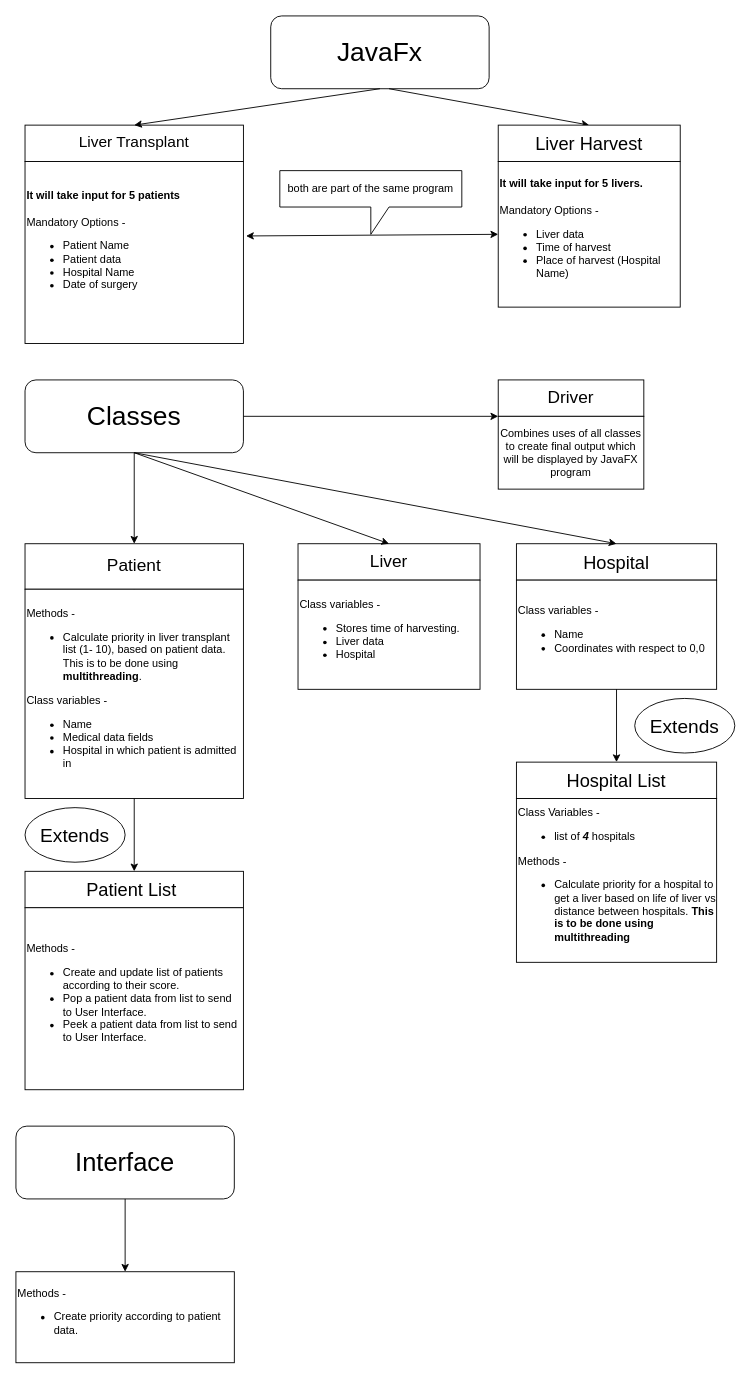
This is Diagram/Project_Outline.drawio from Suchit027/LiverMatch-Simulator, a draw.io file, before an edit. Source tidied: cells renumbered, new cells numbered last; positions are measured from the earlier drawing's top-left corner, leaving out a move shared by most shapes. Both pictures are drawn from the tidied source at 91%, with x=0, y=0 at pixel (15, 15).
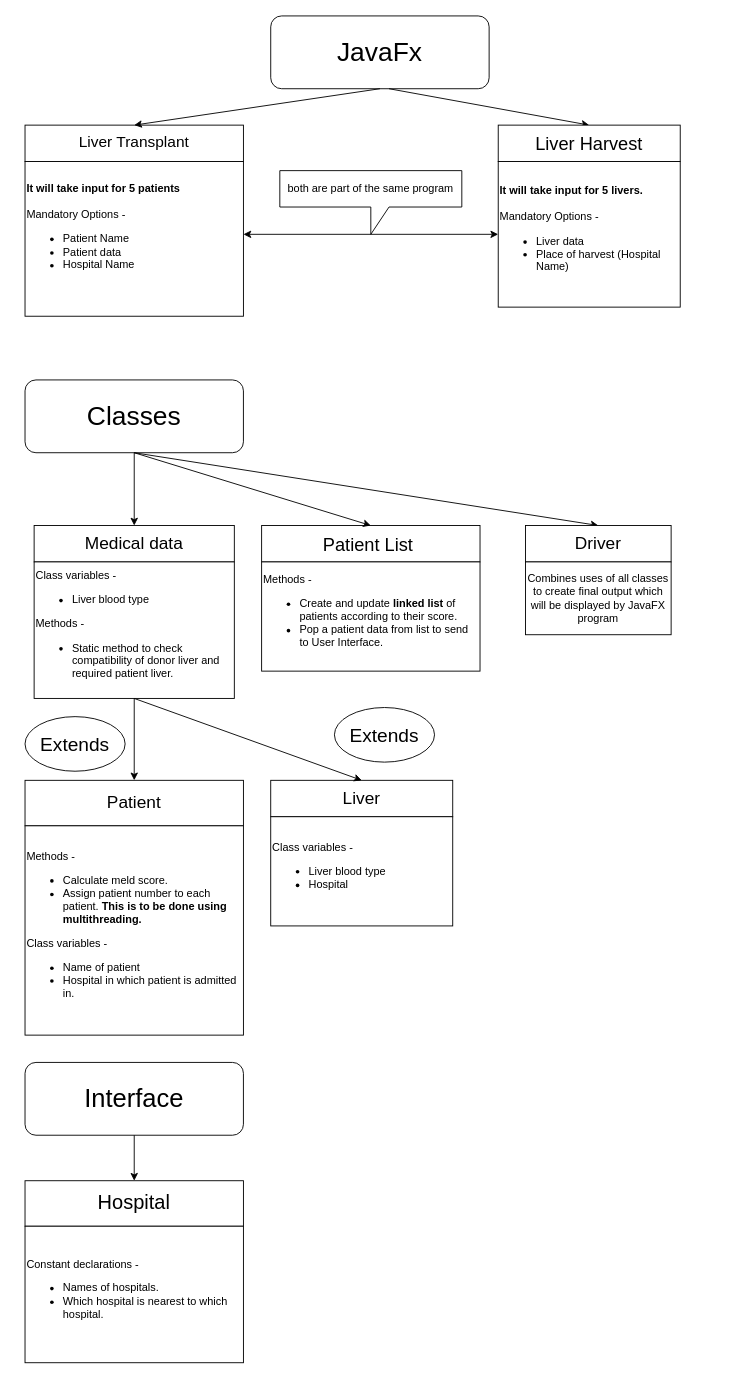
After the change.

The change refers to these unchanged cells:
```xml
<mxCell id="11" value="&lt;font style=&quot;font-size: 29px;&quot;&gt;Classes&lt;/font&gt;" style="rounded=1;whiteSpace=wrap;html=1;" parent="1" vertex="1">
  <mxGeometry x="10" y="400" width="240" height="80" as="geometry" />
</mxCell>
```

The edit, as a diff of the source:
```diff
@@
     <mxCell id="3" value="&lt;font style=&quot;font-size: 19px;&quot;&gt;Patient&lt;/font&gt;" style="rounded=0;whiteSpace=wrap;html=1;" parent="1" vertex="1">
-      <mxGeometry x="10" y="580" width="240" height="50" as="geometry" />
+      <mxGeometry x="10" y="840" width="240" height="50" as="geometry" />
     </mxCell>
-    <mxCell id="4" value="Methods -&amp;nbsp;&lt;br&gt;&lt;ul&gt;&lt;li&gt;Calculate priority in liver transplant list (1- 10), based on patient data. This is to be done using &lt;b&gt;multithreading&lt;/b&gt;.&lt;/li&gt;&lt;/ul&gt;Class variables -&amp;nbsp;&lt;br&gt;&lt;ul&gt;&lt;li&gt;Name&lt;/li&gt;&lt;li&gt;Medical data fields&lt;/li&gt;&lt;li&gt;Hospital in which patient is admitted in&amp;nbsp;&lt;/li&gt;&lt;/ul&gt;" style="rounded=0;whiteSpace=wrap;html=1;align=left;" parent="1" vertex="1">
-      <mxGeometry x="10" y="630" width="240" height="230" as="geometry" />
+    <mxCell id="4" value="Methods -&amp;nbsp;&lt;br&gt;&lt;ul&gt;&lt;li&gt;Calculate meld score.&lt;/li&gt;&lt;li&gt;Assign patient number to each patient. &lt;b&gt;This is to be done using multithreading.&lt;/b&gt;&lt;/li&gt;&lt;/ul&gt;Class variables -&amp;nbsp;&lt;br&gt;&lt;ul&gt;&lt;li&gt;Name of patient&lt;/li&gt;&lt;li&gt;Hospital in which patient is admitted in.&lt;/li&gt;&lt;/ul&gt;" style="rounded=0;whiteSpace=wrap;html=1;align=left;" parent="1" vertex="1">
+      <mxGeometry x="10" y="890" width="240" height="230" as="geometry" />
     </mxCell>
@@
-    <mxCell id="6" value="&lt;span style=&quot;background-color: initial;&quot;&gt;&lt;b&gt;It will take input for 5 patients&lt;br&gt;&lt;/b&gt;&lt;br&gt;Mandatory Options -&amp;nbsp;&lt;br&gt;&lt;ul&gt;&lt;li&gt;Patient Name&lt;/li&gt;&lt;li&gt;Patient data&lt;/li&gt;&lt;li&gt;Hospital Name&lt;/li&gt;&lt;li&gt;Date of surgery&lt;/li&gt;&lt;/ul&gt;&lt;br&gt;&lt;/span&gt;" style="rounded=0;whiteSpace=wrap;html=1;align=left;" parent="1" vertex="1">
-      <mxGeometry x="10" y="160" width="240" height="200" as="geometry" />
+    <mxCell id="6" value="&lt;span style=&quot;background-color: initial;&quot;&gt;&lt;b&gt;It will take input for 5 patients&lt;br&gt;&lt;/b&gt;&lt;br&gt;Mandatory Options -&amp;nbsp;&lt;br&gt;&lt;ul&gt;&lt;li&gt;Patient Name&lt;/li&gt;&lt;li&gt;Patient data&lt;/li&gt;&lt;li&gt;Hospital Name&lt;/li&gt;&lt;/ul&gt;&lt;br&gt;&lt;/span&gt;" style="rounded=0;whiteSpace=wrap;html=1;align=left;" parent="1" vertex="1">
+      <mxGeometry x="10" y="160" width="240" height="170" as="geometry" />
     </mxCell>
     <mxCell id="7" value="&lt;font style=&quot;font-size: 20px;&quot;&gt;Patient List&amp;nbsp;&lt;/font&gt;" style="rounded=0;whiteSpace=wrap;html=1;" parent="1" vertex="1">
-      <mxGeometry x="10" y="940" width="240" height="40" as="geometry" />
+      <mxGeometry x="270" y="560" width="240" height="40" as="geometry" />
     </mxCell>
-    <mxCell id="8" value="Methods -&amp;nbsp;&lt;br&gt;&lt;ul&gt;&lt;li&gt;Create and update list of patients according to their score.&lt;/li&gt;&lt;li&gt;Pop a patient data from list to send to User Interface.&lt;/li&gt;&lt;li&gt;Peek a patient data from list to send to User Interface.&lt;/li&gt;&lt;/ul&gt;" style="rounded=0;whiteSpace=wrap;html=1;align=left;" parent="1" vertex="1">
-      <mxGeometry x="10" y="980" width="240" height="200" as="geometry" />
+    <mxCell id="8" value="Methods -&amp;nbsp;&lt;br&gt;&lt;ul&gt;&lt;li&gt;Create and update &lt;b&gt;linked list &lt;/b&gt;of patients according to their score.&lt;/li&gt;&lt;li&gt;Pop a patient data from list to send to User Interface.&lt;/li&gt;&lt;/ul&gt;" style="rounded=0;whiteSpace=wrap;html=1;align=left;" parent="1" vertex="1">
+      <mxGeometry x="270" y="600" width="240" height="120" as="geometry" />
     </mxCell>
@@
-    <mxCell id="12" style="endArrow=classic;html=1;rounded=0;exitX=0.5;exitY=1;exitDx=0;exitDy=0;entryX=0.5;entryY=0;entryDx=0;entryDy=0;" parent="1" edge="1" source="11" target="3">
+    <mxCell id="12" style="endArrow=classic;html=1;rounded=0;exitX=0.5;exitY=1;exitDx=0;exitDy=0;entryX=0.5;entryY=0;entryDx=0;entryDy=0;" parent="1" edge="1" source="11" target="36">
       <mxGeometry relative="1" as="geometry" />
     </mxCell>
-    <mxCell id="13" style="endArrow=classic;html=1;rounded=0;exitX=0.5;exitY=1;exitDx=0;exitDy=0;entryX=0.5;entryY=0;entryDx=0;entryDy=0;" parent="1" edge="1" source="4" target="7">
-      <mxGeometry relative="1" as="geometry" />
-    </mxCell>
     <mxCell id="14" value="&lt;font style=&quot;font-size: 21px;&quot;&gt;Extends&lt;/font&gt;" style="ellipse;whiteSpace=wrap;html=1;" parent="1" vertex="1">
-      <mxGeometry x="10" y="870" width="110" height="60" as="geometry" />
+      <mxGeometry x="10" y="770" width="110" height="60" as="geometry" />
     </mxCell>
-    <mxCell id="15" value="&lt;font style=&quot;font-size: 28px;&quot;&gt;Interface&lt;/font&gt;" style="rounded=1;whiteSpace=wrap;html=1;" parent="1" vertex="1">
-      <mxGeometry y="1220" width="240" height="80" as="geometry" />
-    </mxCell>
-    <mxCell id="16" style="endArrow=classic;html=1;rounded=0;exitX=0.5;exitY=1;exitDx=0;exitDy=0;" parent="1" edge="1" source="15" target="17">
-      <mxGeometry relative="1" as="geometry" />
-    </mxCell>
-    <mxCell id="17" value="Methods -&amp;nbsp;&lt;br&gt;&lt;ul&gt;&lt;li&gt;Create priority according to patient data.&lt;/li&gt;&lt;/ul&gt;" style="rounded=0;whiteSpace=wrap;html=1;align=left;" parent="1" vertex="1">
-      <mxGeometry y="1380" width="240" height="100" as="geometry" />
-    </mxCell>
     <mxCell id="18" value="&lt;font style=&quot;font-size: 19px;&quot;&gt;Liver&lt;/font&gt;" style="rounded=0;whiteSpace=wrap;html=1;" parent="1" vertex="1">
-      <mxGeometry x="310" y="580" width="200" height="40" as="geometry" />
+      <mxGeometry x="280" y="840" width="200" height="40" as="geometry" />
     </mxCell>
-    <mxCell id="19" value="Class variables -&amp;nbsp;&lt;br&gt;&lt;ul&gt;&lt;li&gt;Stores time of harvesting.&lt;/li&gt;&lt;li&gt;Liver data&lt;/li&gt;&lt;li&gt;Hospital&amp;nbsp;&lt;/li&gt;&lt;/ul&gt;" style="rounded=0;whiteSpace=wrap;html=1;align=left;" parent="1" vertex="1">
-      <mxGeometry x="310" y="620" width="200" height="120" as="geometry" />
+    <mxCell id="19" value="Class variables -&amp;nbsp;&lt;br&gt;&lt;ul&gt;&lt;li&gt;Liver blood type&lt;/li&gt;&lt;li&gt;Hospital&amp;nbsp;&lt;/li&gt;&lt;/ul&gt;" style="rounded=0;whiteSpace=wrap;html=1;align=left;" parent="1" vertex="1">
+      <mxGeometry x="280" y="880" width="200" height="120" as="geometry" />
     </mxCell>
-    <mxCell id="20" style="endArrow=classic;html=1;rounded=0;exitX=0.5;exitY=1;exitDx=0;exitDy=0;entryX=0.5;entryY=0;entryDx=0;entryDy=0;" parent="1" edge="1" source="11" target="18">
-      <mxGeometry relative="1" as="geometry" />
-    </mxCell>
-    <mxCell id="21" value="&lt;font style=&quot;font-size: 20px;&quot;&gt;Hospital&lt;/font&gt;" style="rounded=0;whiteSpace=wrap;html=1;" parent="1" vertex="1">
-      <mxGeometry x="550" y="580" width="220" height="40" as="geometry" />
-    </mxCell>
-    <mxCell id="22" style="endArrow=classic;html=1;rounded=0;entryX=0.5;entryY=0;entryDx=0;entryDy=0;exitX=0.5;exitY=1;exitDx=0;exitDy=0;" parent="1" edge="1" source="11" target="21">
-      <mxGeometry relative="1" as="geometry" />
-    </mxCell>
-    <mxCell id="23" value="Class variables -&amp;nbsp;&lt;br&gt;&lt;ul&gt;&lt;li&gt;Name&lt;/li&gt;&lt;li&gt;Coordinates with respect to 0,0&lt;/li&gt;&lt;/ul&gt;" style="rounded=0;whiteSpace=wrap;html=1;align=left;" parent="1" vertex="1">
-      <mxGeometry x="550" y="620" width="220" height="120" as="geometry" />
-    </mxCell>
-    <mxCell id="24" style="endArrow=classic;html=1;rounded=0;exitX=0.5;exitY=1;exitDx=0;exitDy=0;" parent="1" edge="1" source="23" target="25">
-      <mxGeometry relative="1" as="geometry" />
-    </mxCell>
-    <mxCell id="25" value="&lt;font style=&quot;font-size: 20px;&quot;&gt;Hospital List&lt;/font&gt;" style="rounded=0;whiteSpace=wrap;html=1;" parent="1" vertex="1">
-      <mxGeometry x="550" y="820" width="220" height="40" as="geometry" />
-    </mxCell>
-    <mxCell id="26" value="Class Variables -&amp;nbsp;&lt;br&gt;&lt;ul&gt;&lt;li&gt;list of&amp;nbsp;&lt;b&gt;&lt;i&gt;4&lt;/i&gt;&lt;/b&gt; hospitals&lt;/li&gt;&lt;/ul&gt;Methods -&amp;nbsp;&lt;br&gt;&lt;ul&gt;&lt;li&gt;Calculate priority for a hospital to get a liver based on life of liver vs distance between hospitals. &lt;b&gt;This is to be done using multithreading&lt;/b&gt;&lt;/li&gt;&lt;/ul&gt;" style="rounded=0;whiteSpace=wrap;html=1;align=left;" parent="1" vertex="1">
-      <mxGeometry x="550" y="860" width="220" height="180" as="geometry" />
-    </mxCell>
-    <mxCell id="27" value="&lt;font style=&quot;font-size: 21px;&quot;&gt;Extends&lt;/font&gt;" style="ellipse;whiteSpace=wrap;html=1;" parent="1" vertex="1">
-      <mxGeometry x="680" y="750" width="110" height="60" as="geometry" />
-    </mxCell>
@@
-    <mxCell id="30" value="&lt;b&gt;It will take input for 5 livers.&lt;/b&gt;&lt;br&gt;&lt;br&gt;Mandatory Options -&amp;nbsp;&lt;br&gt;&lt;ul&gt;&lt;li&gt;Liver data&lt;/li&gt;&lt;li&gt;Time of harvest&lt;/li&gt;&lt;li&gt;Place of harvest (Hospital Name)&lt;/li&gt;&lt;/ul&gt;" style="rounded=0;whiteSpace=wrap;html=1;align=left;" parent="1" vertex="1">
+    <mxCell id="30" value="&lt;b&gt;It will take input for 5 livers.&lt;/b&gt;&lt;br&gt;&lt;br&gt;Mandatory Options -&amp;nbsp;&lt;br&gt;&lt;ul&gt;&lt;li&gt;Liver data&lt;/li&gt;&lt;li&gt;Place of harvest (Hospital Name)&lt;/li&gt;&lt;/ul&gt;" style="rounded=0;whiteSpace=wrap;html=1;align=left;" parent="1" vertex="1">
       <mxGeometry x="530" y="160" width="200" height="160" as="geometry" />
     </mxCell>
-    <mxCell id="31" style="endArrow=classic;startArrow=classic;html=1;rounded=0;exitX=1.012;exitY=0.409;exitDx=0;exitDy=0;entryX=0;entryY=0.5;entryDx=0;entryDy=0;exitPerimeter=0;" parent="1" edge="1" source="6" target="30">
-      <mxGeometry relative="1" as="geometry" />
+    <mxCell id="31" style="endArrow=classic;startArrow=classic;html=1;rounded=0;entryX=0;entryY=0.5;entryDx=0;entryDy=0;" parent="1" edge="1" target="30">
+      <mxGeometry relative="1" as="geometry">
+        <mxPoint x="250" y="240" as="sourcePoint" />
+      </mxGeometry>
     </mxCell>
@@
-    <mxCell id="33" style="endArrow=classic;html=1;rounded=0;exitX=1;exitY=0.5;exitDx=0;exitDy=0;entryX=0;entryY=0;entryDx=0;entryDy=0;" parent="1" edge="1" source="11" target="35">
+    <mxCell id="33" style="endArrow=classic;html=1;rounded=0;exitX=0.5;exitY=1;exitDx=0;exitDy=0;entryX=0.5;entryY=0;entryDx=0;entryDy=0;" parent="1" edge="1" source="11" target="34">
       <mxGeometry relative="1" as="geometry" />
     </mxCell>
     <mxCell id="34" value="&lt;font style=&quot;font-size: 19px;&quot;&gt;Driver&lt;/font&gt;" style="rounded=0;whiteSpace=wrap;html=1;" parent="1" vertex="1">
-      <mxGeometry x="530" y="400" width="160" height="40" as="geometry" />
+      <mxGeometry x="560" y="560" width="160" height="40" as="geometry" />
     </mxCell>
     <mxCell id="35" value="Combines uses of all classes to create final output which will be displayed by JavaFX program" style="rounded=0;whiteSpace=wrap;html=1;" parent="1" vertex="1">
-      <mxGeometry x="530" y="440" width="160" height="80" as="geometry" />
+      <mxGeometry x="560" y="600" width="160" height="80" as="geometry" />
     </mxCell>
+    <mxCell id="36" value="&lt;font style=&quot;font-size: 19px;&quot;&gt;Medical data&lt;/font&gt;" style="rounded=0;whiteSpace=wrap;html=1;" parent="1" vertex="1">
+      <mxGeometry x="20" y="560" width="220" height="40" as="geometry" />
+    </mxCell>
+    <mxCell id="37" value="Class variables -&amp;nbsp;&lt;br&gt;&lt;ul&gt;&lt;li&gt;Liver blood type&lt;/li&gt;&lt;/ul&gt;Methods -&amp;nbsp;&lt;br&gt;&lt;ul&gt;&lt;li&gt;Static method to check compatibility of donor liver and required patient liver.&amp;nbsp;&lt;/li&gt;&lt;/ul&gt;" style="rounded=0;whiteSpace=wrap;html=1;align=left;" parent="1" vertex="1">
+      <mxGeometry x="20" y="600" width="220" height="150" as="geometry" />
+    </mxCell>
+    <mxCell id="38" style="endArrow=classic;html=1;rounded=0;exitX=0.5;exitY=1;exitDx=0;exitDy=0;entryX=0.5;entryY=0;entryDx=0;entryDy=0;" parent="1" edge="1" source="37" target="3">
+      <mxGeometry relative="1" as="geometry" />
+    </mxCell>
+    <mxCell id="39" style="endArrow=classic;html=1;rounded=0;exitX=0.5;exitY=1;exitDx=0;exitDy=0;entryX=0.5;entryY=0;entryDx=0;entryDy=0;" parent="1" edge="1" source="37" target="18">
+      <mxGeometry relative="1" as="geometry" />
+    </mxCell>
+    <mxCell id="27" value="&lt;font style=&quot;font-size: 21px;&quot;&gt;Extends&lt;/font&gt;" style="ellipse;whiteSpace=wrap;html=1;" parent="1" vertex="1">
+      <mxGeometry x="350" y="760" width="110" height="60" as="geometry" />
+    </mxCell>
+    <mxCell id="40" style="endArrow=classic;html=1;rounded=0;entryX=0.5;entryY=0;entryDx=0;entryDy=0;exitX=0.5;exitY=1;exitDx=0;exitDy=0;" parent="1" edge="1" source="11" target="7">
+      <mxGeometry relative="1" as="geometry" />
+    </mxCell>
+    <mxCell id="15" value="&lt;font style=&quot;font-size: 28px;&quot;&gt;Interface&lt;/font&gt;" style="rounded=1;whiteSpace=wrap;html=1;" parent="1" vertex="1">
+      <mxGeometry x="10" y="1150" width="240" height="80" as="geometry" />
+    </mxCell>
+    <mxCell id="41" style="endArrow=classic;html=1;rounded=0;exitX=0.5;exitY=1;exitDx=0;exitDy=0;" parent="1" edge="1" source="15" target="21">
+      <mxGeometry relative="1" as="geometry" />
+    </mxCell>
+    <mxCell id="21" value="&lt;font style=&quot;font-size: 22px;&quot;&gt;Hospital&lt;/font&gt;" style="rounded=0;whiteSpace=wrap;html=1;align=center;" parent="1" vertex="1">
+      <mxGeometry x="10" y="1280" width="240" height="50" as="geometry" />
+    </mxCell>
+    <mxCell id="42" value="Constant declarations -&amp;nbsp;&lt;br&gt;&lt;ul&gt;&lt;li&gt;Names of hospitals.&lt;/li&gt;&lt;li&gt;Which hospital is nearest to which hospital.&lt;/li&gt;&lt;/ul&gt;" style="rounded=0;whiteSpace=wrap;html=1;align=left;" parent="1" vertex="1">
+      <mxGeometry x="10" y="1330" width="240" height="150" as="geometry" />
+    </mxCell>
```
